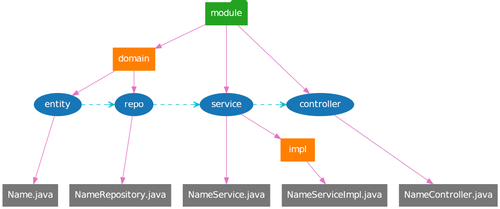
Jeanhwea/jeanhwea.github.io keeps this Graphviz diagram as static/image/2019/07/spring-mvc-module.png. Above is the earlier version. Its source is kept beside it as static/image/2019/07/spring-mvc-module.dot. The source it was exported from:
```dot
digraph G {
  compound=true;

  node [shape=folder, style=filled, color="#24a222", fontcolor="white", fontname="Helvetia"];
  module;

  node [shape=ellipse, style=filled, color="#1776b6"];
  service;
  controller;
  repository[label="repo"];
  entity;

  node [shape=record, style=filled, color="#ff7f00"];
  domain;
  service_impl[label="impl"];

  edge [style=solid, color="#e574c3"];
  module -> {domain, service, controller};
  domain -> {entity, repository};
  service -> service_impl;

  node [shape=plaintext, style=filled, color="#777777"];
  {
    rank="same";
    Name[label="Name.java"];
    NameRepository[label="NameRepository.java"];
    NameService[label="NameService.java"];
    NameServiceImpl[label="NameServiceImpl.java"];
    NameController[label="NameController.java"];
  }

  edge [shape=dot, style=solid];
  entity -> Name;
  repository -> NameRepository;
  service -> NameService;
  service_impl -> NameServiceImpl;
  controller -> NameController;

  edge[style=dashed, arrowhead="vee", color="#00bed1", minlen=3];
  {
    rank="same";
    entity -> repository -> service -> controller;
  }
}
```
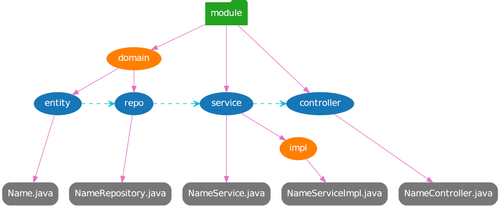
The same diagram one commit later.

Change to the diagram source:
```diff
@@ -10,7 +10,7 @@
   repository[label="repo"];
   entity;
 
-  node [shape=record, style=filled, color="#ff7f00"];
+  node [shape=ellipse, style=filled, color="#ff7f00"];
   domain;
   service_impl[label="impl"];
 
@@ -19,7 +19,7 @@
   domain -> {entity, repository};
   service -> service_impl;
 
-  node [shape=plaintext, style=filled, color="#777777"];
+  node [shape=Mrecord, style=filled, color="#777777"];
   {
     rank="same";
     Name[label="Name.java"];
```
